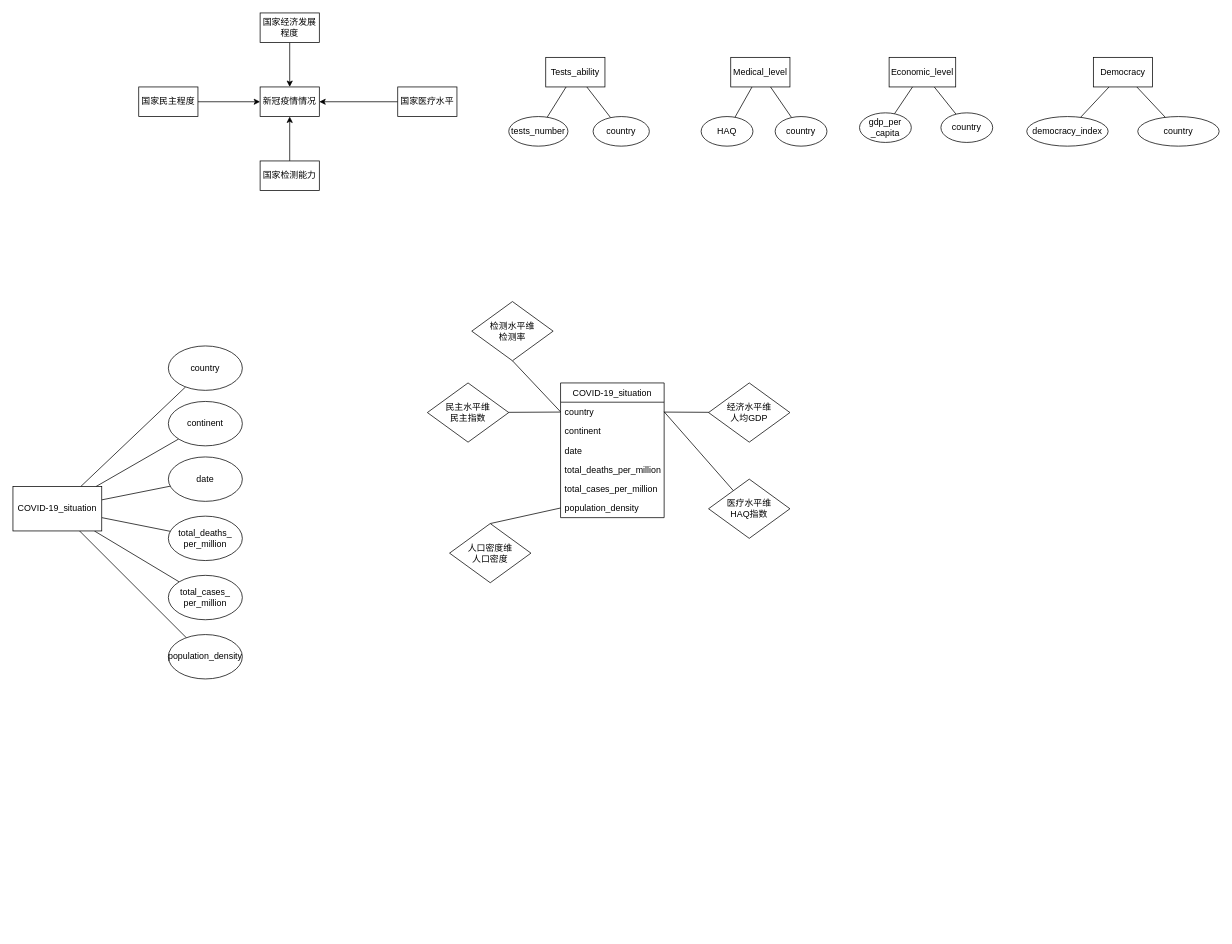
jrsmith12138/diagrams keeps this draw.io diagram as 数据仓库.drawio. Above is the earlier version. Source tidied: cells renumbered, new cells numbered last; positions are measured from the earlier drawing's top-left corner, leaving out a move shared by most shapes. Both pictures are drawn from the tidied source at 74%, with x=0, y=0 at pixel (13, 13).
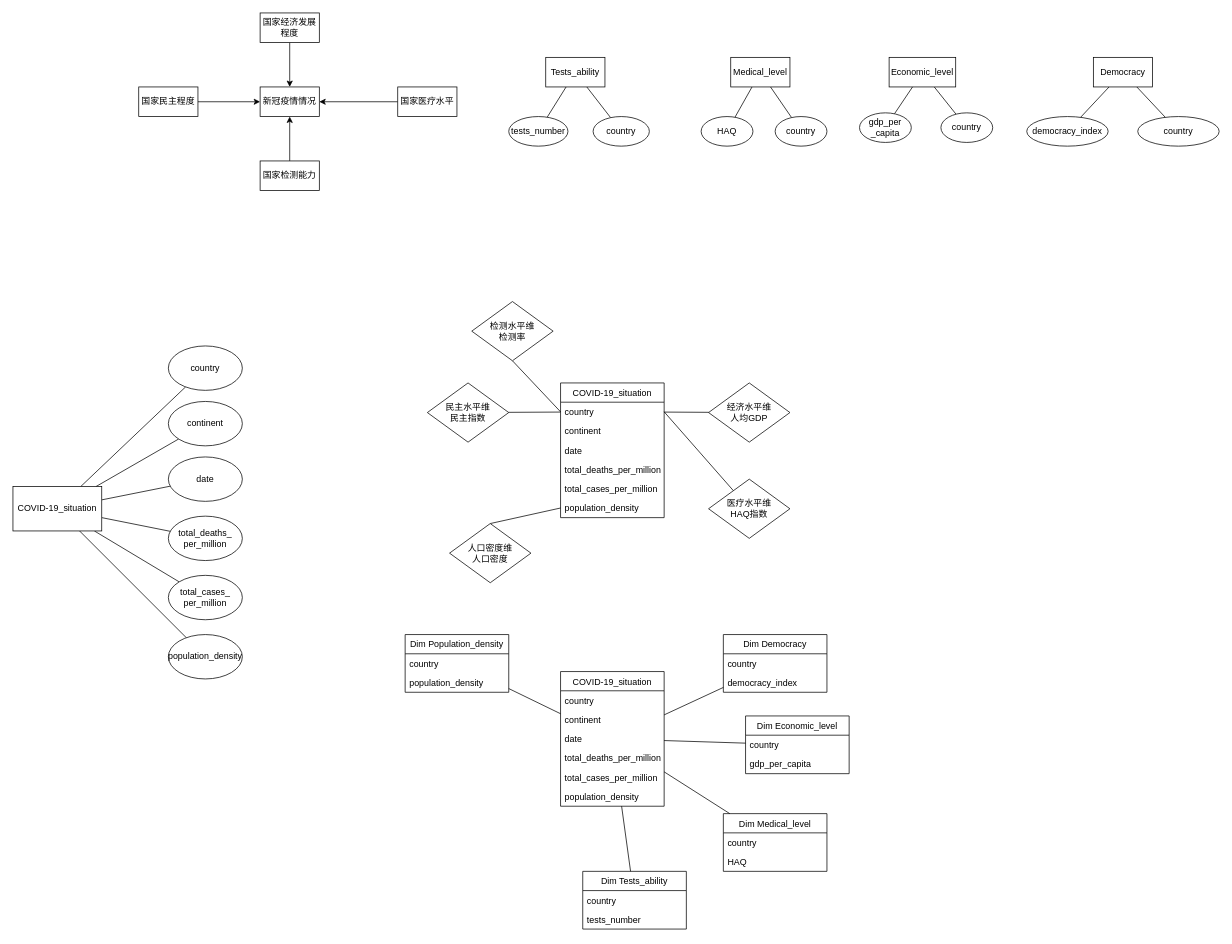
The same diagram, later.

The edit, as a diff of the source:
```diff
@@
+    <mxCell id="61" value="COVID-19_situation" style="swimlane;fontStyle=0;horizontal=1;startSize=26;fillColor=none;" parent="1" vertex="1">
+      <mxGeometry x="740" y="890" width="140" height="182" as="geometry" />
+    </mxCell>
+    <mxCell id="62" value="country" style="text;strokeColor=none;fillColor=none;align=left;verticalAlign=top;spacingLeft=4;spacingRight=4;overflow=hidden;" parent="61" vertex="1">
+      <mxGeometry y="26" width="140" height="26" as="geometry" />
+    </mxCell>
+    <mxCell id="63" value="continent" style="text;strokeColor=none;fillColor=none;align=left;verticalAlign=top;spacingLeft=4;spacingRight=4;overflow=hidden;" parent="61" vertex="1">
+      <mxGeometry y="52" width="140" height="26" as="geometry" />
+    </mxCell>
+    <mxCell id="64" value="date" style="text;strokeColor=none;fillColor=none;align=left;verticalAlign=top;spacingLeft=4;spacingRight=4;overflow=hidden;" parent="61" vertex="1">
+      <mxGeometry y="78" width="140" height="26" as="geometry" />
+    </mxCell>
+    <mxCell id="65" value="total_deaths_per_million" style="text;strokeColor=none;fillColor=none;align=left;verticalAlign=top;spacingLeft=4;spacingRight=4;overflow=hidden;" parent="61" vertex="1">
+      <mxGeometry y="104" width="140" height="26" as="geometry" />
+    </mxCell>
+    <mxCell id="66" value="total_cases_per_million" style="text;strokeColor=none;fillColor=none;align=left;verticalAlign=top;spacingLeft=4;spacingRight=4;overflow=hidden;" parent="61" vertex="1">
+      <mxGeometry y="130" width="140" height="26" as="geometry" />
+    </mxCell>
+    <mxCell id="67" value="population_density" style="text;strokeColor=none;fillColor=none;align=left;verticalAlign=top;spacingLeft=4;spacingRight=4;overflow=hidden;" parent="61" vertex="1">
+      <mxGeometry y="156" width="140" height="26" as="geometry" />
+    </mxCell>
+    <mxCell id="68" style="edgeStyle=none;rounded=0;jettySize=auto;html=1;endArrow=none;endFill=0;" parent="1" edge="1" source="69" target="61">
+      <mxGeometry relative="1" as="geometry" />
+    </mxCell>
+    <mxCell id="69" value="Dim Tests_ability" style="swimlane;fontStyle=0;horizontal=1;startSize=26;fillColor=none;" parent="1" vertex="1">
+      <mxGeometry x="770" y="1160" width="140" height="78" as="geometry" />
+    </mxCell>
+    <mxCell id="70" value="country" style="text;strokeColor=none;fillColor=none;align=left;verticalAlign=top;spacingLeft=4;spacingRight=4;overflow=hidden;" parent="69" vertex="1">
+      <mxGeometry y="26" width="140" height="26" as="geometry" />
+    </mxCell>
+    <mxCell id="71" value="tests_number" style="text;strokeColor=none;fillColor=none;align=left;verticalAlign=top;spacingLeft=4;spacingRight=4;overflow=hidden;" parent="69" vertex="1">
+      <mxGeometry y="52" width="140" height="26" as="geometry" />
+    </mxCell>
+    <mxCell id="72" style="edgeStyle=none;rounded=0;jettySize=auto;html=1;endArrow=none;endFill=0;" parent="1" edge="1" source="73" target="61">
+      <mxGeometry relative="1" as="geometry" />
+    </mxCell>
+    <mxCell id="73" value="Dim Medical_level" style="swimlane;fontStyle=0;horizontal=1;startSize=26;fillColor=none;" parent="1" vertex="1">
+      <mxGeometry x="960" y="1082" width="140" height="78" as="geometry" />
+    </mxCell>
+    <mxCell id="74" value="country" style="text;strokeColor=none;fillColor=none;align=left;verticalAlign=top;spacingLeft=4;spacingRight=4;overflow=hidden;" parent="73" vertex="1">
+      <mxGeometry y="26" width="140" height="26" as="geometry" />
+    </mxCell>
+    <mxCell id="75" value="HAQ" style="text;strokeColor=none;fillColor=none;align=left;verticalAlign=top;spacingLeft=4;spacingRight=4;overflow=hidden;" parent="73" vertex="1">
+      <mxGeometry y="52" width="140" height="26" as="geometry" />
+    </mxCell>
+    <mxCell id="76" style="edgeStyle=none;rounded=0;jettySize=auto;html=1;endArrow=none;endFill=0;" parent="1" edge="1" source="77" target="61">
+      <mxGeometry relative="1" as="geometry" />
+    </mxCell>
+    <mxCell id="77" value="Dim Economic_level" style="swimlane;fontStyle=0;horizontal=1;startSize=26;fillColor=none;" parent="1" vertex="1">
+      <mxGeometry x="990" y="950" width="140" height="78" as="geometry" />
+    </mxCell>
+    <mxCell id="78" value="country" style="text;strokeColor=none;fillColor=none;align=left;verticalAlign=top;spacingLeft=4;spacingRight=4;overflow=hidden;" parent="77" vertex="1">
+      <mxGeometry y="26" width="140" height="26" as="geometry" />
+    </mxCell>
+    <mxCell id="79" value="gdp_per_capita" style="text;strokeColor=none;fillColor=none;align=left;verticalAlign=top;spacingLeft=4;spacingRight=4;overflow=hidden;" parent="77" vertex="1">
+      <mxGeometry y="52" width="140" height="26" as="geometry" />
+    </mxCell>
+    <mxCell id="80" style="edgeStyle=none;rounded=0;jettySize=auto;html=1;endArrow=none;endFill=0;" parent="1" edge="1" source="81" target="61">
+      <mxGeometry relative="1" as="geometry" />
+    </mxCell>
+    <mxCell id="81" value="Dim Democracy" style="swimlane;fontStyle=0;horizontal=1;startSize=26;fillColor=none;" parent="1" vertex="1">
+      <mxGeometry x="960" y="840" width="140" height="78" as="geometry" />
+    </mxCell>
+    <mxCell id="82" value="country" style="text;strokeColor=none;fillColor=none;align=left;verticalAlign=top;spacingLeft=4;spacingRight=4;overflow=hidden;" parent="81" vertex="1">
+      <mxGeometry y="26" width="140" height="26" as="geometry" />
+    </mxCell>
+    <mxCell id="83" value="democracy_index" style="text;strokeColor=none;fillColor=none;align=left;verticalAlign=top;spacingLeft=4;spacingRight=4;overflow=hidden;" parent="81" vertex="1">
+      <mxGeometry y="52" width="140" height="26" as="geometry" />
+    </mxCell>
+    <mxCell id="84" style="edgeStyle=none;rounded=0;jettySize=auto;html=1;endArrow=none;endFill=0;" parent="1" edge="1" source="85" target="61">
+      <mxGeometry relative="1" as="geometry" />
+    </mxCell>
+    <mxCell id="85" value="Dim Population_density" style="swimlane;fontStyle=0;horizontal=1;startSize=26;fillColor=none;" parent="1" vertex="1">
+      <mxGeometry x="530" y="840" width="140" height="78" as="geometry" />
+    </mxCell>
+    <mxCell id="86" value="country" style="text;strokeColor=none;fillColor=none;align=left;verticalAlign=top;spacingLeft=4;spacingRight=4;overflow=hidden;" parent="85" vertex="1">
+      <mxGeometry y="26" width="140" height="26" as="geometry" />
+    </mxCell>
+    <mxCell id="87" value="population_density" style="text;strokeColor=none;fillColor=none;align=left;verticalAlign=top;spacingLeft=4;spacingRight=4;overflow=hidden;" parent="85" vertex="1">
+      <mxGeometry y="52" width="140" height="26" as="geometry" />
+    </mxCell>
```
